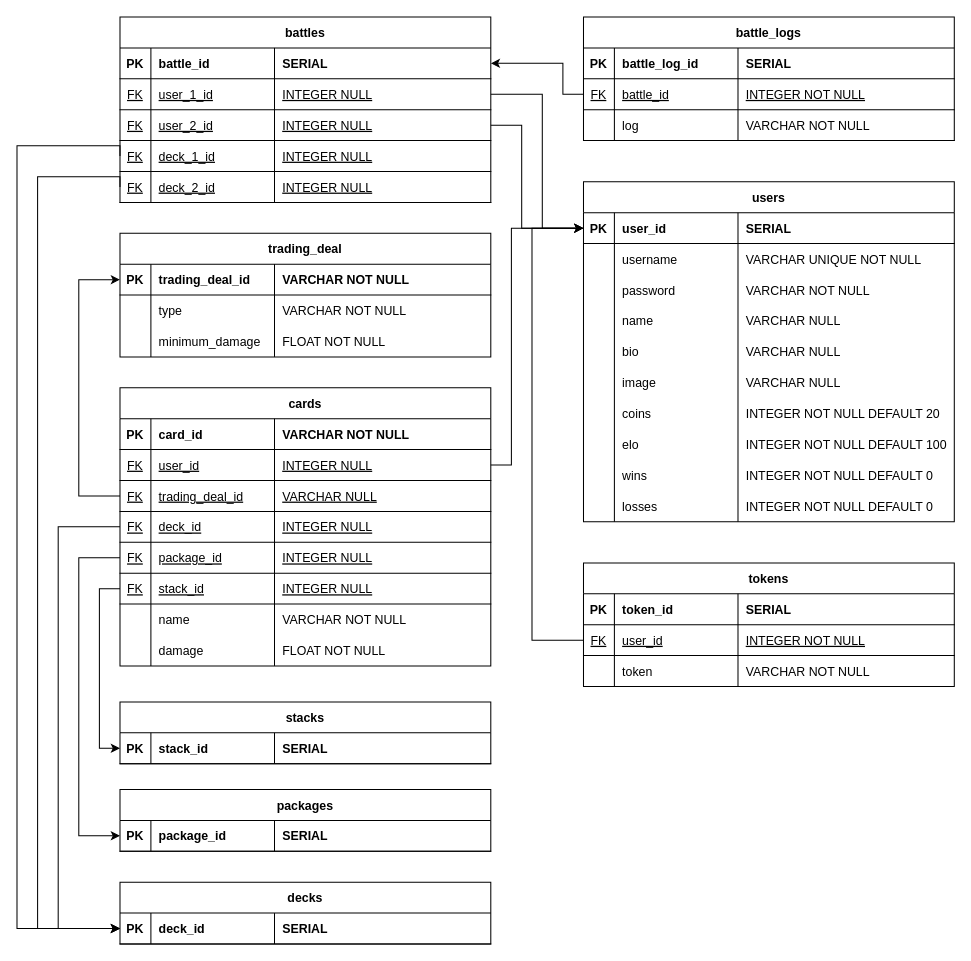
Before: documentation/database/EntityRelationshipDiagram.drawio in FelixSchuster/MonsterTradingCardGame, a draw.io diagram. Source tidied: cells renumbered, new cells numbered last; positions are measured from the earlier drawing's top-left corner, leaving out a move shared by most shapes. Both pictures are drawn from the tidied source at 103%, with x=0, y=0 at pixel (16, 16).
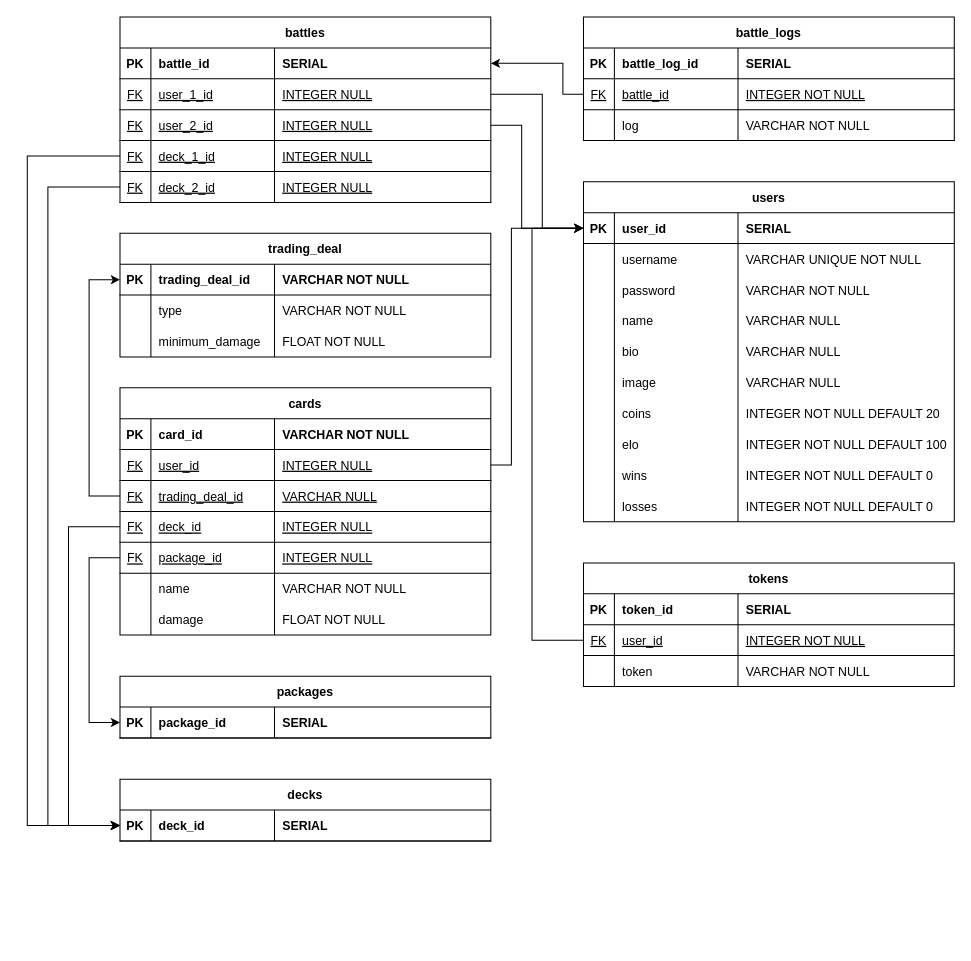
The same diagram, later.

The change refers to these unchanged cells:
```xml
<mxCell id="44" style="shape=partialRectangle;fillColor=none;points=[[0,0.5],[1,0.5]];portConstraint=eastwest;top=0;left=0;right=0;bottom=1;" parent="43" vertex="1">
  <mxGeometry y="30" width="360" height="30" as="geometry" />
</mxCell>
<mxCell id="52" style="shape=partialRectangle;fillColor=none;points=[[0,0.5],[1,0.5]];portConstraint=eastwest;top=0;left=0;right=0;bottom=1;" parent="43" vertex="1">
  <mxGeometry y="90" width="360" height="30" as="geometry" />
</mxCell>
<mxCell id="56" style="shape=partialRectangle;fillColor=none;points=[[0,0.5],[1,0.5]];portConstraint=eastwest;top=0;left=0;right=0;bottom=1;" parent="43" vertex="1">
  <mxGeometry y="120" width="360" height="30" as="geometry" />
</mxCell>
<mxCell id="60" style="shape=partialRectangle;fillColor=none;points=[[0,0.5],[1,0.5]];portConstraint=eastwest;top=0;left=0;right=0;bottom=1;" parent="43" vertex="1">
  <mxGeometry y="150" width="360" height="30" as="geometry" />
</mxCell>
<mxCell id="95" style="shape=partialRectangle;fillColor=none;points=[[0,0.5],[1,0.5]];portConstraint=eastwest;top=0;left=0;right=0;bottom=1;" parent="94" vertex="1">
  <mxGeometry y="30" width="360" height="30" as="geometry" />
</mxCell>
<mxCell id="100" style="shape=partialRectangle;fillColor=none;points=[[0,0.5],[1,0.5]];portConstraint=eastwest;top=0;left=0;right=0;bottom=1;" parent="99" vertex="1">
  <mxGeometry y="30" width="360" height="30" as="geometry" />
</mxCell>
<mxCell id="113" style="shape=partialRectangle;fillColor=none;points=[[0,0.5],[1,0.5]];portConstraint=eastwest;top=0;left=0;right=0;bottom=1;" parent="112" vertex="1">
  <mxGeometry y="30" width="360" height="30" as="geometry" />
</mxCell>
<mxCell id="130" style="shape=partialRectangle;fillColor=none;points=[[0,0.5],[1,0.5]];portConstraint=eastwest;top=0;left=0;right=0;bottom=1;" parent="117" vertex="1">
  <mxGeometry y="120" width="360" height="30" as="geometry" />
</mxCell>
<mxCell id="134" style="shape=partialRectangle;fillColor=none;points=[[0,0.5],[1,0.5]];portConstraint=eastwest;top=0;left=0;right=0;bottom=1;" parent="117" vertex="1">
  <mxGeometry y="150" width="360" height="30" as="geometry" />
</mxCell>
```

Diff of the diagram source:
```diff
@@
     <mxCell id="43" value="cards" style="shape=table;startSize=30;childLayout=tableLayout;rowLines=0;fontStyle=1;align=center;" parent="1" vertex="1">
-      <mxGeometry x="100" y="360" width="360" height="270" as="geometry" />
+      <mxGeometry x="100" y="360" width="360" height="240" as="geometry" />
     </mxCell>
@@
-    <mxCell id="64" style="shape=partialRectangle;fillColor=none;points=[[0,0.5],[1,0.5]];portConstraint=eastwest;top=0;left=0;right=0;bottom=1;" parent="43" vertex="1">
-      <mxGeometry y="180" width="360" height="30" as="geometry" />
-    </mxCell>
-    <mxCell id="65" value="FK" style="shape=partialRectangle;overflow=hidden;fillColor=none;top=0;left=0;bottom=0;right=0;fontStyle=4;" parent="64" vertex="1">
-      <mxGeometry width="30" height="30" as="geometry" />
-    </mxCell>
-    <mxCell id="66" value="stack_id" style="shape=partialRectangle;overflow=hidden;fillColor=none;top=0;left=0;bottom=0;right=0;align=left;spacingLeft=6;fontStyle=4;" parent="64" vertex="1">
-      <mxGeometry x="30" width="120" height="30" as="geometry" />
-    </mxCell>
-    <mxCell id="67" value="INTEGER NULL" style="shape=partialRectangle;overflow=hidden;fillColor=none;top=0;left=0;bottom=0;right=0;align=left;spacingLeft=6;fontStyle=4;" parent="64" vertex="1">
-      <mxGeometry x="150" width="210" height="30" as="geometry" />
-    </mxCell>
     <mxCell id="68" style="shape=partialRectangle;fillColor=none;top=0;left=0;right=0;bottom=0;" parent="43" vertex="1">
-      <mxGeometry y="210" width="360" height="30" as="geometry" />
+      <mxGeometry y="180" width="360" height="30" as="geometry" />
     </mxCell>
@@
     <mxCell id="72" style="shape=partialRectangle;fillColor=none;top=0;left=0;right=0;bottom=0;" parent="43" vertex="1">
-      <mxGeometry y="240" width="360" height="30" as="geometry" />
+      <mxGeometry y="210" width="360" height="30" as="geometry" />
     </mxCell>
@@
-    <mxCell id="76" value="stacks" style="shape=table;startSize=30;childLayout=tableLayout;rowLines=0;fontStyle=1;align=center;" parent="1" vertex="1">
-      <mxGeometry x="100" y="665" width="360" height="60" as="geometry" />
-    </mxCell>
-    <mxCell id="77" style="shape=partialRectangle;fillColor=none;points=[[0,0.5],[1,0.5]];portConstraint=eastwest;top=0;left=0;right=0;bottom=1;" parent="76" vertex="1">
-      <mxGeometry y="30" width="360" height="30" as="geometry" />
-    </mxCell>
-    <mxCell id="78" value="PK" style="shape=partialRectangle;overflow=hidden;fillColor=none;top=0;left=0;bottom=0;right=0;fontStyle=1;" parent="77" vertex="1">
-      <mxGeometry width="30" height="30" as="geometry" />
-    </mxCell>
-    <mxCell id="79" value="stack_id" style="shape=partialRectangle;overflow=hidden;fillColor=none;top=0;left=0;bottom=0;right=0;align=left;spacingLeft=6;fontStyle=1;" parent="77" vertex="1">
-      <mxGeometry x="30" width="120" height="30" as="geometry" />
-    </mxCell>
-    <mxCell id="80" value="SERIAL" style="shape=partialRectangle;overflow=hidden;fillColor=none;top=0;left=0;bottom=0;right=0;align=left;spacingLeft=6;fontStyle=1;" parent="77" vertex="1">
-      <mxGeometry x="150" width="210" height="30" as="geometry" />
-    </mxCell>
@@
     <mxCell id="94" value="decks" style="shape=table;startSize=30;childLayout=tableLayout;rowLines=0;fontStyle=1;align=center;" parent="1" vertex="1">
-      <mxGeometry x="100" y="840" width="360" height="60" as="geometry" />
+      <mxGeometry x="100" y="740" width="360" height="60" as="geometry" />
     </mxCell>
@@
     <mxCell id="112" value="packages" style="shape=table;startSize=30;childLayout=tableLayout;rowLines=0;fontStyle=1;align=center;" parent="1" vertex="1">
-      <mxGeometry x="100" y="750" width="360" height="60" as="geometry" />
+      <mxGeometry x="100" y="640" width="360" height="60" as="geometry" />
     </mxCell>
@@
-    <mxCell id="153" style="edgeStyle=orthogonalEdgeStyle;rounded=0;jettySize=auto;html=1;exitX=0;exitY=0.5;exitDx=0;exitDy=0;entryX=0;entryY=0.5;entryDx=0;entryDy=0;" parent="1" edge="1" source="134" target="95">
-      <mxGeometry relative="1" as="geometry">
-        <Array as="points">
-          <mxPoint x="20" y="155" />
-          <mxPoint x="20" y="885" />
-        </Array>
-      </mxGeometry>
-    </mxCell>
-    <mxCell id="154" style="edgeStyle=orthogonalEdgeStyle;rounded=0;jettySize=auto;html=1;exitX=0;exitY=0.5;exitDx=0;exitDy=0;entryX=0;entryY=0.5;entryDx=0;entryDy=0;" parent="1" edge="1" source="130" target="95">
-      <mxGeometry relative="1" as="geometry">
-        <Array as="points">
-          <mxPoint y="125" />
-          <mxPoint y="885" />
-        </Array>
-      </mxGeometry>
-    </mxCell>
     <mxCell id="155" style="edgeStyle=orthogonalEdgeStyle;rounded=0;jettySize=auto;html=1;exitX=0;exitY=0.5;exitDx=0;exitDy=0;entryX=0;entryY=0.5;entryDx=0;entryDy=0;" parent="1" edge="1" target="44">
       <mxGeometry relative="1" as="geometry">
         <Array as="points">
-          <mxPoint x="60" y="285" />
-          <mxPoint x="60" y="440" />
+          <mxPoint x="90" y="285" />
+          <mxPoint x="90" y="440" />
         </Array>
       </mxGeometry>
     </mxCell>
@@
+    <mxCell id="163" style="edgeStyle=orthogonalEdgeStyle;rounded=0;jettySize=auto;html=1;exitX=0;exitY=0.5;exitDx=0;exitDy=0;entryX=0;entryY=0.5;entryDx=0;entryDy=0;" parent="1" edge="1" source="52" target="100">
+      <mxGeometry relative="1" as="geometry">
+        <Array as="points">
+          <mxPoint x="70" y="465" />
+          <mxPoint x="70" y="255" />
+        </Array>
+      </mxGeometry>
+    </mxCell>
+    <mxCell id="161" style="edgeStyle=orthogonalEdgeStyle;rounded=0;jettySize=auto;html=1;exitX=0;exitY=0.5;exitDx=0;exitDy=0;entryX=0;entryY=0.5;entryDx=0;entryDy=0;" parent="1" edge="1" source="60" target="113">
+      <mxGeometry relative="1" as="geometry">
+        <Array as="points">
+          <mxPoint x="70" y="525" />
+          <mxPoint x="70" y="685" />
+        </Array>
+      </mxGeometry>
+    </mxCell>
     <mxCell id="160" style="edgeStyle=orthogonalEdgeStyle;rounded=0;jettySize=auto;html=1;exitX=0;exitY=0.5;exitDx=0;exitDy=0;entryX=0;entryY=0.5;entryDx=0;entryDy=0;" parent="1" edge="1" source="56" target="95">
       <mxGeometry relative="1" as="geometry">
         <Array as="points">
-          <mxPoint x="40" y="495" />
-          <mxPoint x="40" y="885" />
+          <mxPoint x="50" y="495" />
+          <mxPoint x="50" y="785" />
         </Array>
       </mxGeometry>
     </mxCell>
-    <mxCell id="161" style="edgeStyle=orthogonalEdgeStyle;rounded=0;jettySize=auto;html=1;exitX=0;exitY=0.5;exitDx=0;exitDy=0;entryX=0;entryY=0.5;entryDx=0;entryDy=0;" parent="1" edge="1" source="60" target="113">
-      <mxGeometry relative="1" as="geometry">
-        <Array as="points">
-          <mxPoint x="60" y="525" />
-          <mxPoint x="60" y="795" />
-        </Array>
-      </mxGeometry>
-    </mxCell>
-    <mxCell id="162" style="edgeStyle=orthogonalEdgeStyle;rounded=0;jettySize=auto;html=1;exitX=0;exitY=0.5;exitDx=0;exitDy=0;entryX=0;entryY=0.5;entryDx=0;entryDy=0;" parent="1" edge="1" source="64" target="77">
-      <mxGeometry relative="1" as="geometry" />
-    </mxCell>
-    <mxCell id="163" style="edgeStyle=orthogonalEdgeStyle;rounded=0;jettySize=auto;html=1;exitX=0;exitY=0.5;exitDx=0;exitDy=0;entryX=0;entryY=0.5;entryDx=0;entryDy=0;" parent="1" edge="1" source="52" target="100">
-      <mxGeometry relative="1" as="geometry">
-        <Array as="points">
-          <mxPoint x="60" y="465" />
-          <mxPoint x="60" y="255" />
-        </Array>
-      </mxGeometry>
-    </mxCell>
+    <mxCell id="153" style="edgeStyle=orthogonalEdgeStyle;rounded=0;jettySize=auto;html=1;exitX=0;exitY=0.5;exitDx=0;exitDy=0;entryX=0;entryY=0.5;entryDx=0;entryDy=0;" parent="1" edge="1" source="134" target="95">
+      <mxGeometry relative="1" as="geometry">
+        <Array as="points">
+          <mxPoint x="30" y="165" />
+          <mxPoint x="30" y="785" />
+        </Array>
+      </mxGeometry>
+    </mxCell>
+    <mxCell id="154" style="edgeStyle=orthogonalEdgeStyle;rounded=0;jettySize=auto;html=1;exitX=0;exitY=0.5;exitDx=0;exitDy=0;entryX=0;entryY=0.5;entryDx=0;entryDy=0;" parent="1" edge="1" source="130" target="95">
+      <mxGeometry relative="1" as="geometry">
+        <Array as="points">
+          <mxPoint x="10" y="135" />
+          <mxPoint x="10" y="785" />
+        </Array>
+      </mxGeometry>
+    </mxCell>
```
